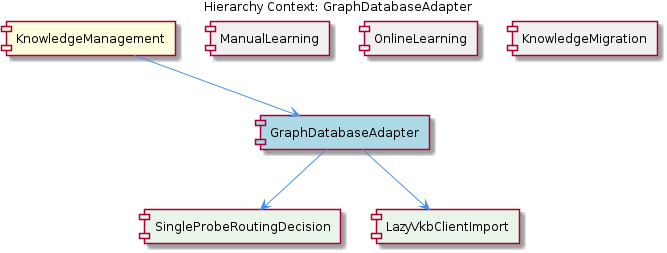
Before: knowledge-management/insights/images/graph-database-adapter-relationship.png, a diagram exported from PlantUML (fwornle/coding). Its source is kept beside it as .data/knowledge-graph/insights/puml/graph-database-adapter-relationship.puml. Source of this version:
```plantuml
@startuml
!include _standard-style.puml

title Hierarchy Context: GraphDatabaseAdapter

[KnowledgeManagement] as knowledge_management #FFFFDD
[GraphDatabaseAdapter] as graph_database_adapter #LightBlue
[ManualLearning] as manual_learning #F0F0F0
[OnlineLearning] as online_learning #F0F0F0
[KnowledgeMigration] as knowledge_migration #F0F0F0
[SingleProbeRoutingDecision] as single_probe_routing_decision #E8F5E8
[LazyVkbClientImport] as lazy_vkb_client_import #E8F5E8

knowledge_management --> graph_database_adapter
manual_learning -[hidden]- graph_database_adapter
online_learning -[hidden]- graph_database_adapter
knowledge_migration -[hidden]- graph_database_adapter
graph_database_adapter --> single_probe_routing_decision
graph_database_adapter --> lazy_vkb_client_import

@enduml
```
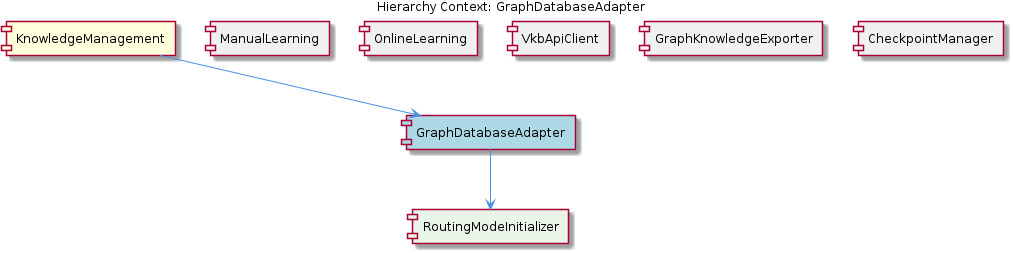
Above is the later version.

What changed in the source:
```diff
@@ -7,15 +7,17 @@
 [GraphDatabaseAdapter] as graph_database_adapter #LightBlue
 [ManualLearning] as manual_learning #F0F0F0
 [OnlineLearning] as online_learning #F0F0F0
-[KnowledgeMigration] as knowledge_migration #F0F0F0
-[SingleProbeRoutingDecision] as single_probe_routing_decision #E8F5E8
-[LazyVkbClientImport] as lazy_vkb_client_import #E8F5E8
+[VkbApiClient] as vkb_api_client #F0F0F0
+[GraphKnowledgeExporter] as graph_knowledge_exporter #F0F0F0
+[CheckpointManager] as checkpoint_manager #F0F0F0
+[RoutingModeInitializer] as routing_mode_initializer #E8F5E8
 
 knowledge_management --> graph_database_adapter
 manual_learning -[hidden]- graph_database_adapter
 online_learning -[hidden]- graph_database_adapter
-knowledge_migration -[hidden]- graph_database_adapter
-graph_database_adapter --> single_probe_routing_decision
-graph_database_adapter --> lazy_vkb_client_import
+vkb_api_client -[hidden]- graph_database_adapter
+graph_knowledge_exporter -[hidden]- graph_database_adapter
+checkpoint_manager -[hidden]- graph_database_adapter
+graph_database_adapter --> routing_mode_initializer
 
 @enduml
```
